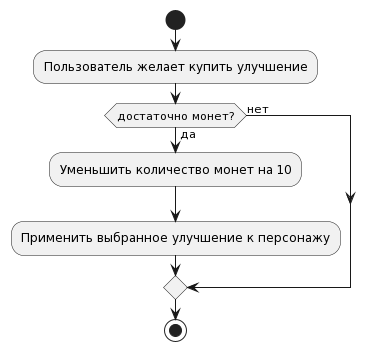
Earlier version of the PlantUML export docs/buy.png (GeorgiiZaharov/Project). Its diagram source:
```plantuml
@startuml
start
:Пользователь желает купить улучшение;
if (достаточно монет?) then (да)
  :Уменьшить количество монет на 10;
  :Применить выбранное улучшение к персонажу;
else (нет)
endif
stop
@enduml
```
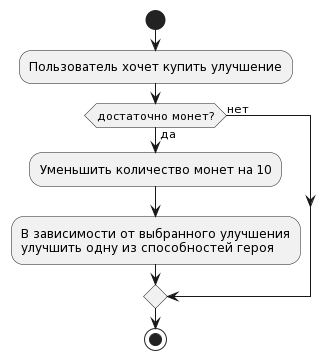
The same diagram one commit later.

Diff of the diagram source:
```diff
@@ -1,9 +1,10 @@
 @startuml
 start
-:Пользователь желает купить улучшение;
+:Пользователь хочет купить улучшение;
 if (достаточно монет?) then (да)
   :Уменьшить количество монет на 10;
-  :Применить выбранное улучшение к персонажу;
+  :В зависимости от выбранного улучшения
+  улучшить одну из способностей героя;
 else (нет)
 endif
 stop
```
